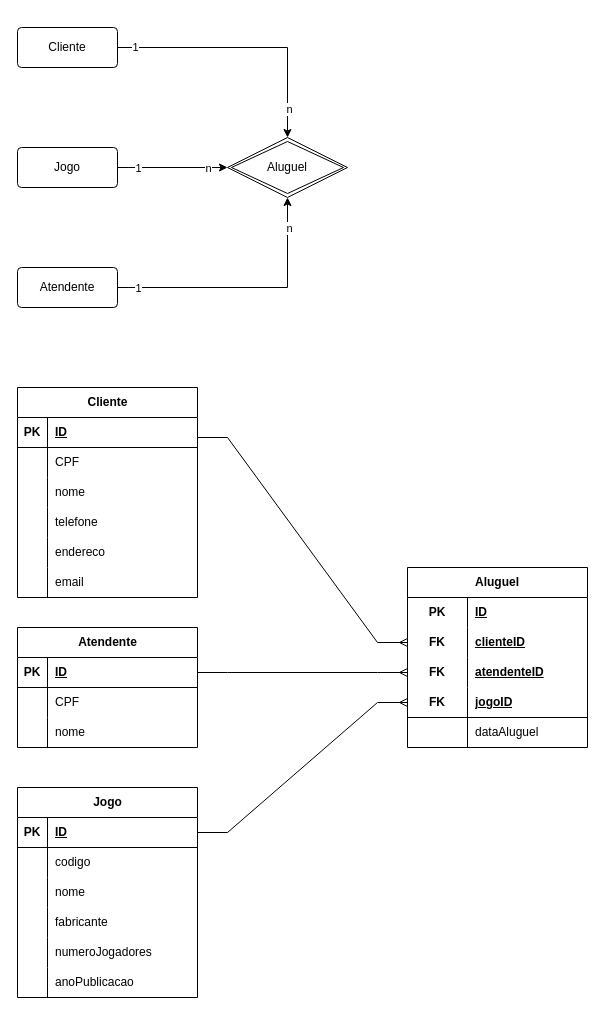
This is concept_er_diagram_banco_dados.drawio from jupiterise/flow_charts, a draw.io file, before an edit. Source tidied: cells renumbered, new cells numbered last; positions are measured from the earlier drawing's top-left corner, leaving out a move shared by most shapes. Both pictures are drawn from the tidied source at 100%, with x=0, y=0 at pixel (17, 27).
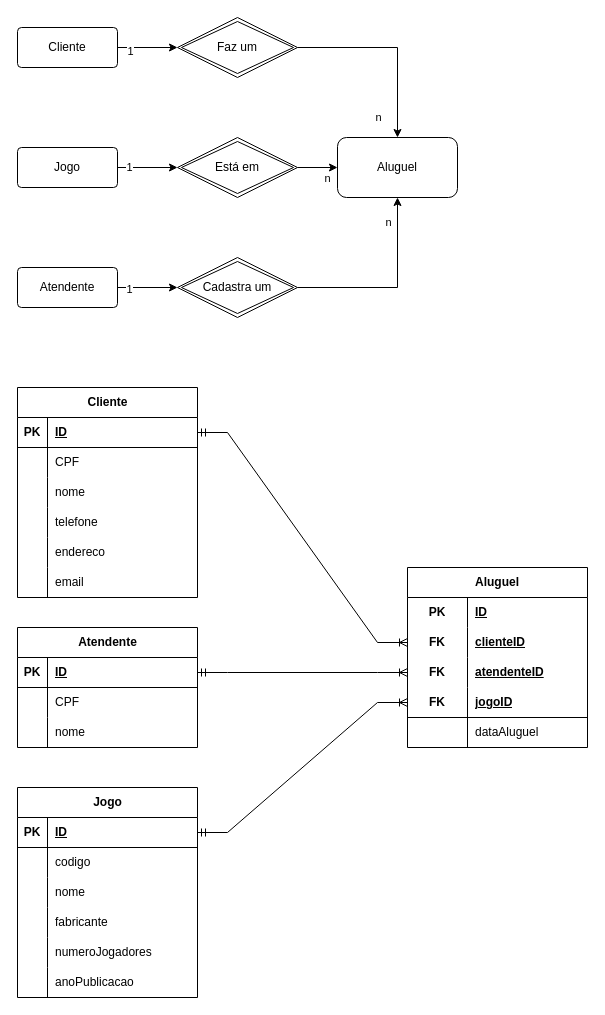
The same page after the edit.

Unchanged cells that the change refers to:
```xml
<mxCell id="5" value="Cliente" style="rounded=1;arcSize=10;whiteSpace=wrap;html=1;align=center;" parent="1" vertex="1">
  <mxGeometry width="100" height="40" as="geometry" />
</mxCell>
<mxCell id="9" value="Jogo" style="rounded=1;arcSize=10;whiteSpace=wrap;html=1;align=center;" parent="1" vertex="1">
  <mxGeometry y="120" width="100" height="40" as="geometry" />
</mxCell>
<mxCell id="13" value="Atendente" style="rounded=1;arcSize=10;whiteSpace=wrap;html=1;align=center;" parent="1" vertex="1">
  <mxGeometry y="240" width="100" height="40" as="geometry" />
</mxCell>
<mxCell id="16" style="shape=tableRow;horizontal=0;startSize=0;swimlaneHead=0;swimlaneBody=0;fillColor=none;points=[[0,0.5],[1,0.5]];portConstraint=eastwest;top=0;left=0;right=0;bottom=1;" parent="15" vertex="1">
  <mxGeometry y="30" width="180" height="30" as="geometry" />
</mxCell>
<mxCell id="39" style="shape=tableRow;horizontal=0;startSize=0;swimlaneHead=0;swimlaneBody=0;fillColor=none;points=[[0,0.5],[1,0.5]];portConstraint=eastwest;top=0;left=0;right=0;bottom=1;" parent="38" vertex="1">
  <mxGeometry y="30" width="180" height="30" as="geometry" />
</mxCell>
<mxCell id="60" style="shape=tableRow;horizontal=0;startSize=0;swimlaneHead=0;swimlaneBody=0;fillColor=none;points=[[0,0.5],[1,0.5]];portConstraint=eastwest;top=0;left=0;right=0;bottom=1;" parent="59" vertex="1">
  <mxGeometry y="30" width="180" height="30" as="geometry" />
</mxCell>
<mxCell id="73" style="shape=tableRow;horizontal=0;startSize=0;swimlaneHead=0;swimlaneBody=0;fillColor=none;points=[[0,0.5],[1,0.5]];portConstraint=eastwest;top=0;left=0;right=0;bottom=0;html=1;" parent="69" vertex="1">
  <mxGeometry y="60" width="180" height="30" as="geometry" />
</mxCell>
<mxCell id="76" style="shape=tableRow;horizontal=0;startSize=0;swimlaneHead=0;swimlaneBody=0;fillColor=none;points=[[0,0.5],[1,0.5]];portConstraint=eastwest;top=0;left=0;right=0;bottom=0;html=1;" parent="69" vertex="1">
  <mxGeometry y="90" width="180" height="30" as="geometry" />
</mxCell>
<mxCell id="79" style="shape=tableRow;horizontal=0;startSize=0;swimlaneHead=0;swimlaneBody=0;fillColor=none;points=[[0,0.5],[1,0.5]];portConstraint=eastwest;top=0;left=0;right=0;bottom=1;html=1;" parent="69" vertex="1">
  <mxGeometry y="120" width="180" height="30" as="geometry" />
</mxCell>
```

What changed in the source:
```diff
@@
-    <mxCell id="2" style="edgeStyle=orthogonalEdgeStyle;rounded=0;jettySize=auto;html=1;entryX=0.5;entryY=0;entryDx=0;entryDy=0;" parent="1" edge="1" source="5" target="14">
-      <mxGeometry relative="1" as="geometry" />
-    </mxCell>
-    <mxCell id="3" value="1" style="edgeLabel;html=1;align=center;verticalAlign=middle;" parent="2" vertex="1">
-      <mxGeometry x="-0.87" y="1" relative="1" as="geometry" />
-    </mxCell>
-    <mxCell id="4" value="n" style="edgeLabel;html=1;align=center;verticalAlign=middle;" parent="2" vertex="1">
-      <mxGeometry x="0.82" y="1" relative="1" as="geometry">
-        <mxPoint y="-6" as="offset" />
-      </mxGeometry>
-    </mxCell>
+    <mxCell id="88" style="edgeStyle=orthogonalEdgeStyle;rounded=0;jettySize=auto;html=1;entryX=0;entryY=0.5;entryDx=0;entryDy=0;" parent="1" edge="1" source="5" target="97">
+      <mxGeometry relative="1" as="geometry" />
+    </mxCell>
+    <mxCell id="89" value="1" style="edgeLabel;html=1;align=center;verticalAlign=middle;" parent="88" vertex="1">
+      <mxGeometry x="-0.6" y="-3" relative="1" as="geometry" />
+    </mxCell>
@@
-    <mxCell id="6" style="edgeStyle=orthogonalEdgeStyle;rounded=0;jettySize=auto;html=1;entryX=0;entryY=0.5;entryDx=0;entryDy=0;" parent="1" edge="1" source="9" target="14">
-      <mxGeometry relative="1" as="geometry" />
-    </mxCell>
-    <mxCell id="7" value="1" style="edgeLabel;html=1;align=center;verticalAlign=middle;" parent="6" vertex="1">
-      <mxGeometry x="-0.81" relative="1" as="geometry">
-        <mxPoint x="10" as="offset" />
-      </mxGeometry>
-    </mxCell>
-    <mxCell id="8" value="n" style="edgeLabel;html=1;align=center;verticalAlign=middle;" parent="6" vertex="1">
-      <mxGeometry x="0.82" y="-2" relative="1" as="geometry">
-        <mxPoint x="-10" y="-2" as="offset" />
-      </mxGeometry>
-    </mxCell>
+    <mxCell id="90" style="edgeStyle=orthogonalEdgeStyle;rounded=0;jettySize=auto;html=1;entryX=0;entryY=0.5;entryDx=0;entryDy=0;" parent="1" edge="1" source="9" target="100">
+      <mxGeometry relative="1" as="geometry" />
+    </mxCell>
+    <mxCell id="91" value="1" style="edgeLabel;html=1;align=center;verticalAlign=middle;" parent="90" vertex="1">
+      <mxGeometry x="-0.62" y="1" relative="1" as="geometry" />
+    </mxCell>
@@
-    <mxCell id="10" style="edgeStyle=orthogonalEdgeStyle;rounded=0;jettySize=auto;html=1;entryX=0.5;entryY=1;entryDx=0;entryDy=0;" parent="1" edge="1" source="13" target="14">
-      <mxGeometry relative="1" as="geometry" />
-    </mxCell>
-    <mxCell id="11" value="1" style="edgeLabel;html=1;align=center;verticalAlign=middle;" parent="10" vertex="1">
-      <mxGeometry x="-0.9" relative="1" as="geometry">
-        <mxPoint x="7" as="offset" />
-      </mxGeometry>
-    </mxCell>
-    <mxCell id="12" value="n" style="edgeLabel;html=1;align=center;verticalAlign=middle;" parent="10" vertex="1">
-      <mxGeometry x="0.42" y="-1" relative="1" as="geometry">
-        <mxPoint y="-45" as="offset" />
-      </mxGeometry>
-    </mxCell>
+    <mxCell id="92" style="edgeStyle=orthogonalEdgeStyle;rounded=0;jettySize=auto;html=1;entryX=0;entryY=0.5;entryDx=0;entryDy=0;" parent="1" edge="1" source="13" target="103">
+      <mxGeometry relative="1" as="geometry" />
+    </mxCell>
+    <mxCell id="93" value="1" style="edgeLabel;html=1;align=center;verticalAlign=middle;" parent="92" vertex="1">
+      <mxGeometry x="-0.65" y="-1" relative="1" as="geometry" />
+    </mxCell>
@@
-    <mxCell id="14" value="Aluguel" style="shape=rhombus;double=1;perimeter=rhombusPerimeter;whiteSpace=wrap;html=1;align=center;" parent="1" vertex="1">
-      <mxGeometry x="210" y="110" width="120" height="60" as="geometry" />
-    </mxCell>
@@
-    <mxCell id="85" style="edgeStyle=entityRelationEdgeStyle;fontSize=12;html=1;endArrow=ERmany;rounded=0;entryX=0;entryY=0.5;entryDx=0;entryDy=0;" parent="1" edge="1" target="73">
-      <mxGeometry relative="1" as="geometry">
-        <mxPoint x="180" y="410" as="sourcePoint" />
-      </mxGeometry>
-    </mxCell>
+    <mxCell id="94" style="edgeStyle=entityRelationEdgeStyle;fontSize=12;html=1;endArrow=ERoneToMany;startArrow=ERmandOne;rounded=0;entryX=0;entryY=0.5;entryDx=0;entryDy=0;" parent="1" edge="1" source="16" target="73">
+      <mxGeometry relative="1" as="geometry" />
+    </mxCell>
+    <mxCell id="87" style="edgeStyle=entityRelationEdgeStyle;fontSize=12;html=1;endArrow=ERoneToMany;startArrow=ERmandOne;rounded=0;exitX=1;exitY=0.5;exitDx=0;exitDy=0;entryX=0;entryY=0.5;entryDx=0;entryDy=0;" parent="1" edge="1" source="60" target="76">
+      <mxGeometry relative="1" as="geometry" />
+    </mxCell>
-    <mxCell id="86" style="edgeStyle=entityRelationEdgeStyle;fontSize=12;html=1;endArrow=ERmany;rounded=0;exitX=1;exitY=0.5;exitDx=0;exitDy=0;entryX=0;entryY=0.5;entryDx=0;entryDy=0;" parent="1" edge="1" source="39" target="79">
+    <mxCell id="86" style="edgeStyle=entityRelationEdgeStyle;fontSize=12;html=1;endArrow=ERoneToMany;startArrow=ERmandOne;rounded=0;exitX=1;exitY=0.5;exitDx=0;exitDy=0;entryX=0;entryY=0.5;entryDx=0;entryDy=0;" parent="1" edge="1" source="39" target="79">
       <mxGeometry relative="1" as="geometry" />
     </mxCell>
-    <mxCell id="87" style="edgeStyle=entityRelationEdgeStyle;fontSize=12;html=1;endArrow=ERmany;rounded=0;exitX=1;exitY=0.5;exitDx=0;exitDy=0;entryX=0;entryY=0.5;entryDx=0;entryDy=0;" parent="1" edge="1" source="60" target="76">
-      <mxGeometry relative="1" as="geometry" />
-    </mxCell>
+    <mxCell id="14" value="Aluguel" style="rounded=1;whiteSpace=wrap;html=1;" parent="1" vertex="1">
+      <mxGeometry x="320" y="110" width="120" height="60" as="geometry" />
+    </mxCell>
+    <mxCell id="95" style="edgeStyle=orthogonalEdgeStyle;rounded=0;jettySize=auto;html=1;entryX=0.5;entryY=0;entryDx=0;entryDy=0;" parent="1" edge="1" source="97" target="14">
+      <mxGeometry relative="1" as="geometry" />
+    </mxCell>
+    <mxCell id="96" value="n" style="edgeLabel;html=1;align=center;verticalAlign=middle;" parent="95" vertex="1">
+      <mxGeometry x="0.78" y="-2" relative="1" as="geometry">
+        <mxPoint x="-18" as="offset" />
+      </mxGeometry>
+    </mxCell>
+    <mxCell id="97" value="Faz um" style="shape=rhombus;double=1;perimeter=rhombusPerimeter;whiteSpace=wrap;html=1;align=center;" parent="1" vertex="1">
+      <mxGeometry x="160" y="-10" width="120" height="60" as="geometry" />
+    </mxCell>
+    <mxCell id="98" style="edgeStyle=orthogonalEdgeStyle;rounded=0;jettySize=auto;html=1;entryX=0;entryY=0.5;entryDx=0;entryDy=0;" parent="1" edge="1" source="100" target="14">
+      <mxGeometry relative="1" as="geometry" />
+    </mxCell>
+    <mxCell id="99" value="n" style="edgeLabel;html=1;align=center;verticalAlign=middle;" parent="98" vertex="1">
+      <mxGeometry x="0.58" y="-1" relative="1" as="geometry">
+        <mxPoint x="-3" y="9" as="offset" />
+      </mxGeometry>
+    </mxCell>
+    <mxCell id="100" value="Está em" style="shape=rhombus;double=1;perimeter=rhombusPerimeter;whiteSpace=wrap;html=1;align=center;" parent="1" vertex="1">
+      <mxGeometry x="160" y="110" width="120" height="60" as="geometry" />
+    </mxCell>
+    <mxCell id="101" style="edgeStyle=orthogonalEdgeStyle;rounded=0;jettySize=auto;html=1;entryX=0.5;entryY=1;entryDx=0;entryDy=0;" parent="1" edge="1" source="103" target="14">
+      <mxGeometry relative="1" as="geometry" />
+    </mxCell>
+    <mxCell id="102" value="n" style="edgeLabel;html=1;align=center;verticalAlign=middle;" parent="101" vertex="1">
+      <mxGeometry x="0.83" y="-3" relative="1" as="geometry">
+        <mxPoint x="-13" y="8" as="offset" />
+      </mxGeometry>
+    </mxCell>
+    <mxCell id="103" value="Cadastra um" style="shape=rhombus;double=1;perimeter=rhombusPerimeter;whiteSpace=wrap;html=1;align=center;" parent="1" vertex="1">
+      <mxGeometry x="160" y="230" width="120" height="60" as="geometry" />
+    </mxCell>
```
